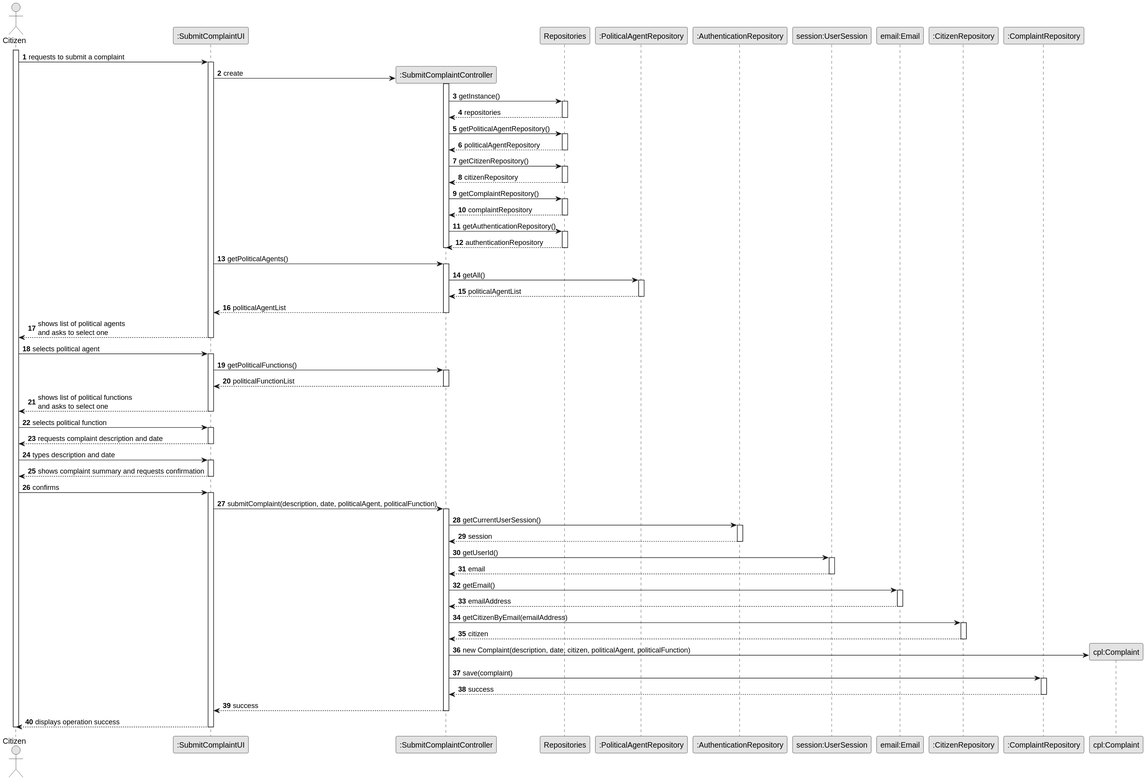
Before: docs/system-documentation/US12/03.design/svg/US12-SD.svg, a diagram exported from PlantUML (brunodspinto/crystal-clear-platform).
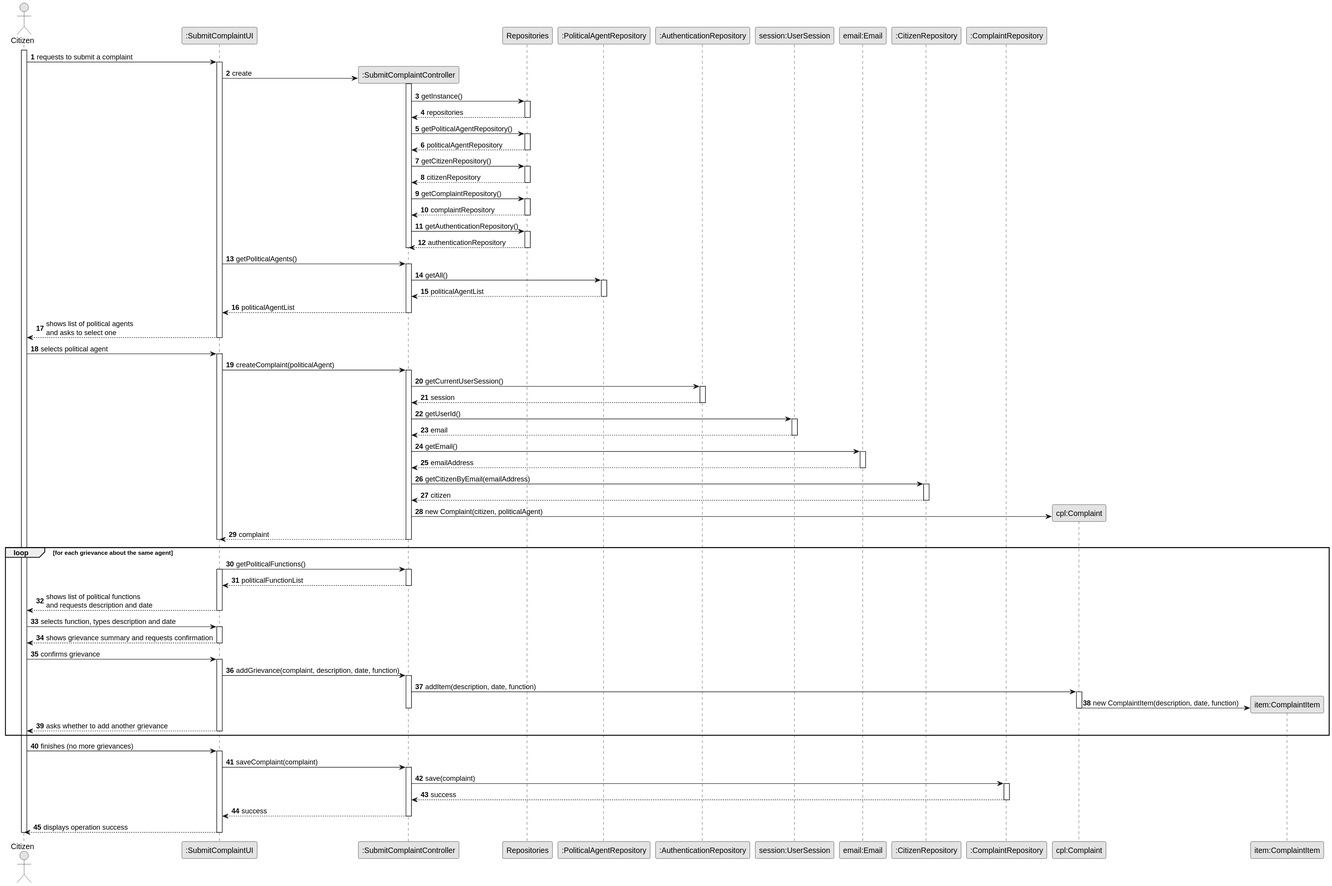
The same file after the commit.

What changed in the source:
```diff
@@ -16,6 +16,7 @@
 participant ":CitizenRepository" as CitR
 participant ":ComplaintRepository" as CR
 participant "cpl:Complaint" as CPL
+participant "item:ComplaintItem" as ITM
 
 activate C
 
@@ -61,60 +62,66 @@
     C -> UI : selects political agent
     activate UI
 
-        UI -> CTRL : getPoliticalFunctions()
+        UI -> CTRL : createComplaint(politicalAgent)
         activate CTRL
-            CTRL --> UI : politicalFunctionList
-        deactivate CTRL
-
-        UI --> C : shows list of political functions\nand asks to select one
-    deactivate UI
-
-    C -> UI : selects political function
-    activate UI
-        UI --> C : requests complaint description and date
-    deactivate UI
-
-    C -> UI : types description and date
-    activate UI
-        UI --> C : shows complaint summary and requests confirmation
-    deactivate UI
-
-    C -> UI : confirms
-    activate UI
-
-        UI -> CTRL : submitComplaint(description, date, politicalAgent, politicalFunction)
-        activate CTRL
-
             CTRL -> AR : getCurrentUserSession()
             activate AR
                 AR --> CTRL : session
             deactivate AR
-
             CTRL -> SESS : getUserId()
             activate SESS
                 SESS --> CTRL : email
             deactivate SESS
-
             CTRL -> EML : getEmail()
             activate EML
                 EML --> CTRL : emailAddress
             deactivate EML
-
             CTRL -> CitR : getCitizenByEmail(emailAddress)
             activate CitR
                 CitR --> CTRL : citizen
             deactivate CitR
+            CTRL -> CPL ** : new Complaint(citizen, politicalAgent)
+            CTRL --> UI : complaint
+        deactivate CTRL
+    deactivate UI
 
-            CTRL -> CPL ** : new Complaint(description, date, citizen, politicalAgent, politicalFunction)
+    loop for each grievance about the same agent
+        UI -> CTRL : getPoliticalFunctions()
+        activate UI
+        activate CTRL
+            CTRL --> UI : politicalFunctionList
+        deactivate CTRL
+        UI --> C : shows list of political functions\nand requests description and date
+        deactivate UI
 
+        C -> UI : selects function, types description and date
+        activate UI
+            UI --> C : shows grievance summary and requests confirmation
+        deactivate UI
+
+        C -> UI : confirms grievance
+        activate UI
+            UI -> CTRL : addGrievance(complaint, description, date, function)
+            activate CTRL
+                CTRL -> CPL : addItem(description, date, function)
+                activate CPL
+                    CPL -> ITM ** : new ComplaintItem(description, date, function)
+                deactivate CPL
+            deactivate CTRL
+            UI --> C : asks whether to add another grievance
+        deactivate UI
+    end
+
+    C -> UI : finishes (no more grievances)
+    activate UI
+        UI -> CTRL : saveComplaint(complaint)
+        activate CTRL
             CTRL -> CR : save(complaint)
             activate CR
                 CR --> CTRL : success
             deactivate CR
-
             CTRL --> UI : success
         deactivate CTRL
-
         UI --> C : displays operation success
     deactivate UI
 
```
